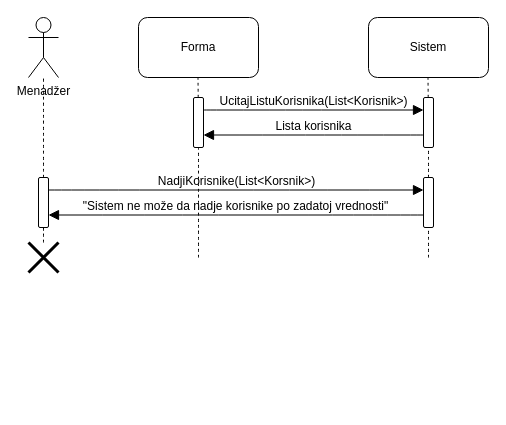
jancekk/agencija_turisticka keeps this draw.io diagram as Dijagram sekvenci-izmena korisnika.drawio. Above is the earlier version. Source tidied: cells renumbered, new cells numbered last; positions are measured from the earlier drawing's top-left corner, leaving out a move shared by most shapes. Both pictures are drawn from the tidied source at 100%, with x=0, y=0 at pixel (18, 17).
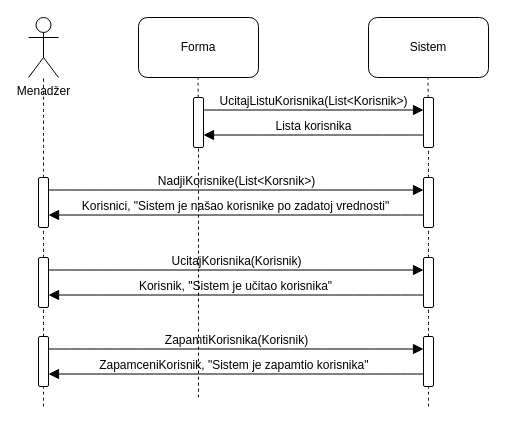
After the change.

Unchanged cells that the change refers to:
```xml
<mxCell id="8" style="rounded=1;whiteSpace=wrap;html=1;rotation=-90;" parent="1" vertex="1">
  <mxGeometry x="155" y="100" width="50" height="10" as="geometry" />
</mxCell>
<mxCell id="12" style="rounded=1;whiteSpace=wrap;html=1;rotation=-90;" parent="1" vertex="1">
  <mxGeometry x="385" y="180" width="50" height="10" as="geometry" />
</mxCell>
<mxCell id="19" style="rounded=1;whiteSpace=wrap;html=1;rotation=-90;" parent="1" vertex="1">
  <mxGeometry y="180" width="50" height="10" as="geometry" />
</mxCell>
```

What changed in the source:
```diff
@@
-    <mxCell id="11" style="endArrow=none;dashed=1;html=1;rounded=0;fontSize=12;startSize=8;endSize=8;curved=1;" parent="1" edge="1" target="12">
-      <mxGeometry relative="1" as="geometry">
-        <mxPoint x="410" y="240" as="sourcePoint" />
-      </mxGeometry>
+    <mxCell id="11" style="endArrow=none;dashed=1;html=1;rounded=0;fontSize=12;startSize=8;endSize=8;curved=1;" parent="1" edge="1" source="22" target="12">
+      <mxGeometry relative="1" as="geometry" />
     </mxCell>
@@
     <mxCell id="13" style="endArrow=none;dashed=1;html=1;rounded=0;fontSize=12;startSize=8;endSize=8;curved=1;entryX=0;entryY=0.5;entryDx=0;entryDy=0;" parent="1" edge="1" target="8">
       <mxGeometry relative="1" as="geometry">
-        <mxPoint x="180" y="240" as="sourcePoint" />
+        <mxPoint x="180" y="380" as="sourcePoint" />
       </mxGeometry>
     </mxCell>
+    <mxCell id="21" style="endArrow=none;dashed=1;html=1;rounded=0;fontSize=12;startSize=8;endSize=8;curved=1;exitX=1;exitY=0.5;exitDx=0;exitDy=0;" parent="1" edge="1" source="28" target="22">
+      <mxGeometry relative="1" as="geometry" />
+    </mxCell>
+    <mxCell id="22" style="rounded=1;whiteSpace=wrap;html=1;rotation=-90;" parent="1" vertex="1">
+      <mxGeometry x="385" y="260" width="50" height="10" as="geometry" />
+    </mxCell>
@@
-    <mxCell id="17" value="&quot;Sistem ne može da nadje korisnike po zadatoj vrednosti&quot;" style="html=1;verticalAlign=bottom;labelBackgroundColor=none;endArrow=block;endFill=1;rounded=0;fontSize=12;startSize=8;endSize=8;curved=1;entryX=0.25;entryY=1;entryDx=0;entryDy=0;exitX=0.25;exitY=0;exitDx=0;exitDy=0;" parent="1" edge="1" source="12" target="19">
+    <mxCell id="17" value="Korisnici, &quot;Sistem je našao korisnike po zadatoj vrednosti&quot;" style="html=1;verticalAlign=bottom;labelBackgroundColor=none;endArrow=block;endFill=1;rounded=0;fontSize=12;startSize=8;endSize=8;curved=1;entryX=0.25;entryY=1;entryDx=0;entryDy=0;exitX=0.25;exitY=0;exitDx=0;exitDy=0;" parent="1" edge="1" source="12" target="19">
       <mxGeometry relative="1" as="geometry" />
     </mxCell>
+    <mxCell id="23" value="UcitajKorisnika(Korisnik)" style="html=1;verticalAlign=bottom;labelBackgroundColor=none;endArrow=block;endFill=1;rounded=0;fontSize=12;startSize=8;endSize=8;curved=1;entryX=0.75;entryY=0;entryDx=0;entryDy=0;exitX=0.75;exitY=1;exitDx=0;exitDy=0;" parent="1" edge="1" source="26" target="22">
+      <mxGeometry relative="1" as="geometry" />
+    </mxCell>
+    <mxCell id="24" value="Korisnik, &quot;Sistem je učitao korisnika&quot;" style="html=1;verticalAlign=bottom;labelBackgroundColor=none;endArrow=block;endFill=1;rounded=0;fontSize=12;startSize=8;endSize=8;curved=1;entryX=0.25;entryY=1;entryDx=0;entryDy=0;exitX=0.25;exitY=0;exitDx=0;exitDy=0;" parent="1" edge="1" source="22" target="26">
+      <mxGeometry relative="1" as="geometry" />
+    </mxCell>
-    <mxCell id="18" style="endArrow=none;dashed=1;html=1;rounded=0;fontSize=12;startSize=8;endSize=8;curved=1;" parent="1" edge="1" source="20" target="19">
+    <mxCell id="18" style="endArrow=none;dashed=1;html=1;rounded=0;fontSize=12;startSize=8;endSize=8;curved=1;" parent="1" edge="1" source="26" target="19">
       <mxGeometry relative="1" as="geometry" />
     </mxCell>
@@
-    <mxCell id="20" style="shape=umlDestroy;whiteSpace=wrap;html=1;strokeWidth=3;targetShapes=umlLifeline;" parent="1" vertex="1">
-      <mxGeometry x="10" y="225" width="30" height="30" as="geometry" />
-    </mxCell>
+    <mxCell id="25" style="endArrow=none;dashed=1;html=1;rounded=0;fontSize=12;startSize=8;endSize=8;curved=1;exitX=1;exitY=0.5;exitDx=0;exitDy=0;" parent="1" edge="1" source="32" target="26">
+      <mxGeometry relative="1" as="geometry" />
+    </mxCell>
+    <mxCell id="26" style="rounded=1;whiteSpace=wrap;html=1;rotation=-90;" parent="1" vertex="1">
+      <mxGeometry y="260" width="50" height="10" as="geometry" />
+    </mxCell>
+    <mxCell id="27" style="endArrow=none;dashed=1;html=1;rounded=0;fontSize=12;startSize=8;endSize=8;curved=1;" parent="1" edge="1" target="28">
+      <mxGeometry relative="1" as="geometry">
+        <mxPoint x="410" y="389" as="sourcePoint" />
+      </mxGeometry>
+    </mxCell>
+    <mxCell id="28" style="rounded=1;whiteSpace=wrap;html=1;rotation=-90;" parent="1" vertex="1">
+      <mxGeometry x="385" y="339" width="50" height="10" as="geometry" />
+    </mxCell>
+    <mxCell id="29" value="ZapamtiKorisnika(Korisnik)" style="html=1;verticalAlign=bottom;labelBackgroundColor=none;endArrow=block;endFill=1;rounded=0;fontSize=12;startSize=8;endSize=8;curved=1;entryX=0.75;entryY=0;entryDx=0;entryDy=0;exitX=0.75;exitY=1;exitDx=0;exitDy=0;" parent="1" edge="1" source="32" target="28">
+      <mxGeometry relative="1" as="geometry" />
+    </mxCell>
+    <mxCell id="30" value="ZapamceniKorisnik, &quot;Sistem je zapamtio korisnika&quot;&amp;nbsp;" style="html=1;verticalAlign=bottom;labelBackgroundColor=none;endArrow=block;endFill=1;rounded=0;fontSize=12;startSize=8;endSize=8;curved=1;entryX=0.25;entryY=1;entryDx=0;entryDy=0;exitX=0.25;exitY=0;exitDx=0;exitDy=0;" parent="1" edge="1" source="28" target="32">
+      <mxGeometry relative="1" as="geometry" />
+    </mxCell>
+    <mxCell id="31" style="endArrow=none;dashed=1;html=1;rounded=0;fontSize=12;startSize=8;endSize=8;curved=1;" parent="1" edge="1" target="32">
+      <mxGeometry relative="1" as="geometry">
+        <mxPoint x="25" y="389" as="sourcePoint" />
+      </mxGeometry>
+    </mxCell>
+    <mxCell id="32" style="rounded=1;whiteSpace=wrap;html=1;rotation=-90;" parent="1" vertex="1">
+      <mxGeometry y="339" width="50" height="10" as="geometry" />
+    </mxCell>
```
